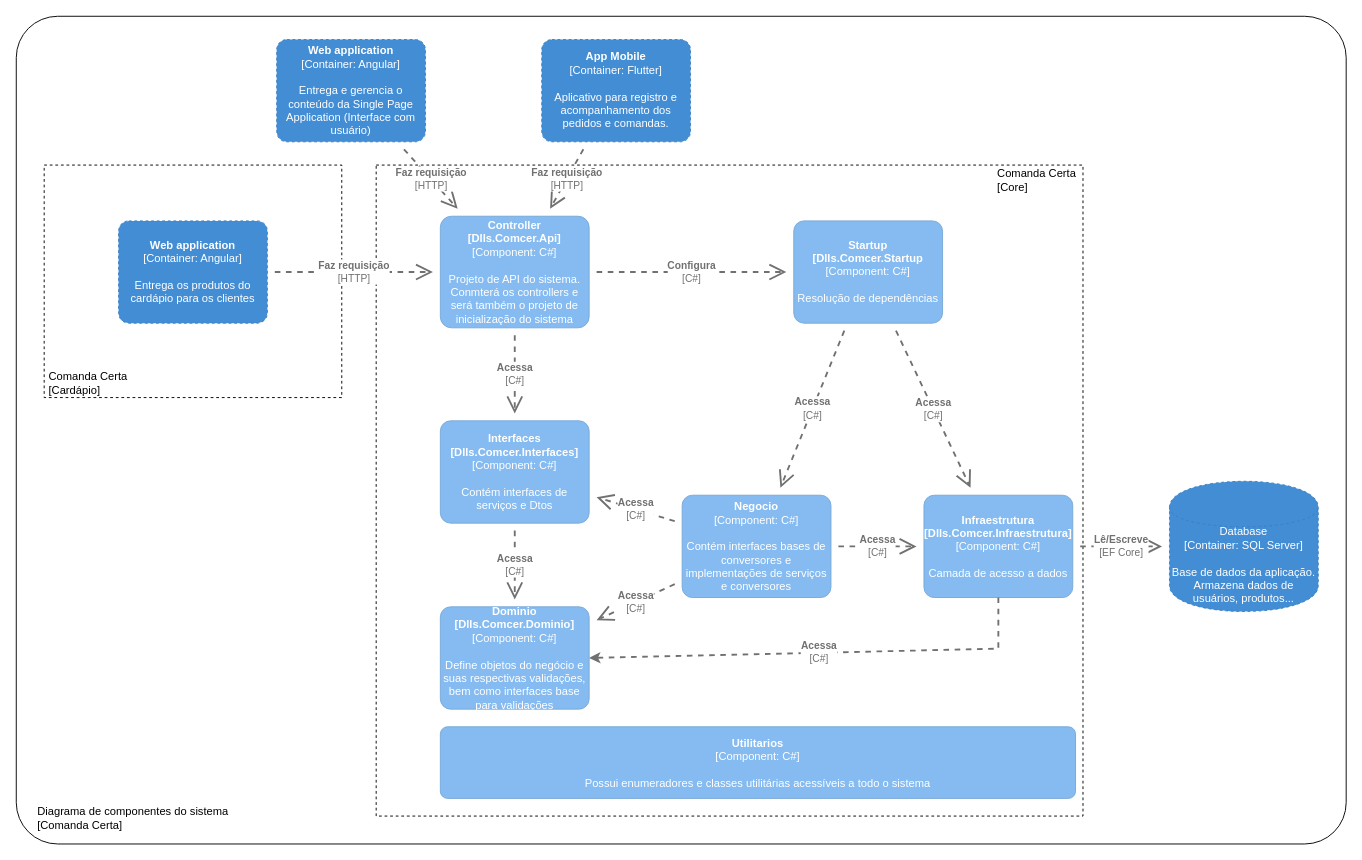
Earlier version of the draw.io diagram page "Nível 3 - Diagrama de componentes [API]" (3 of 5) of 3. Desenvolvimento/2. Análise e Design/GP - Arquitetura C4.drawio (DLL-S/comcer-projeto). Source tidied: cells renumbered, new cells numbered last; positions are measured from the earlier drawing's top-left corner, leaving out a move shared by most shapes. Both pictures are drawn from the tidied source at 93%, with x=0, y=0 at pixel (16, 16).
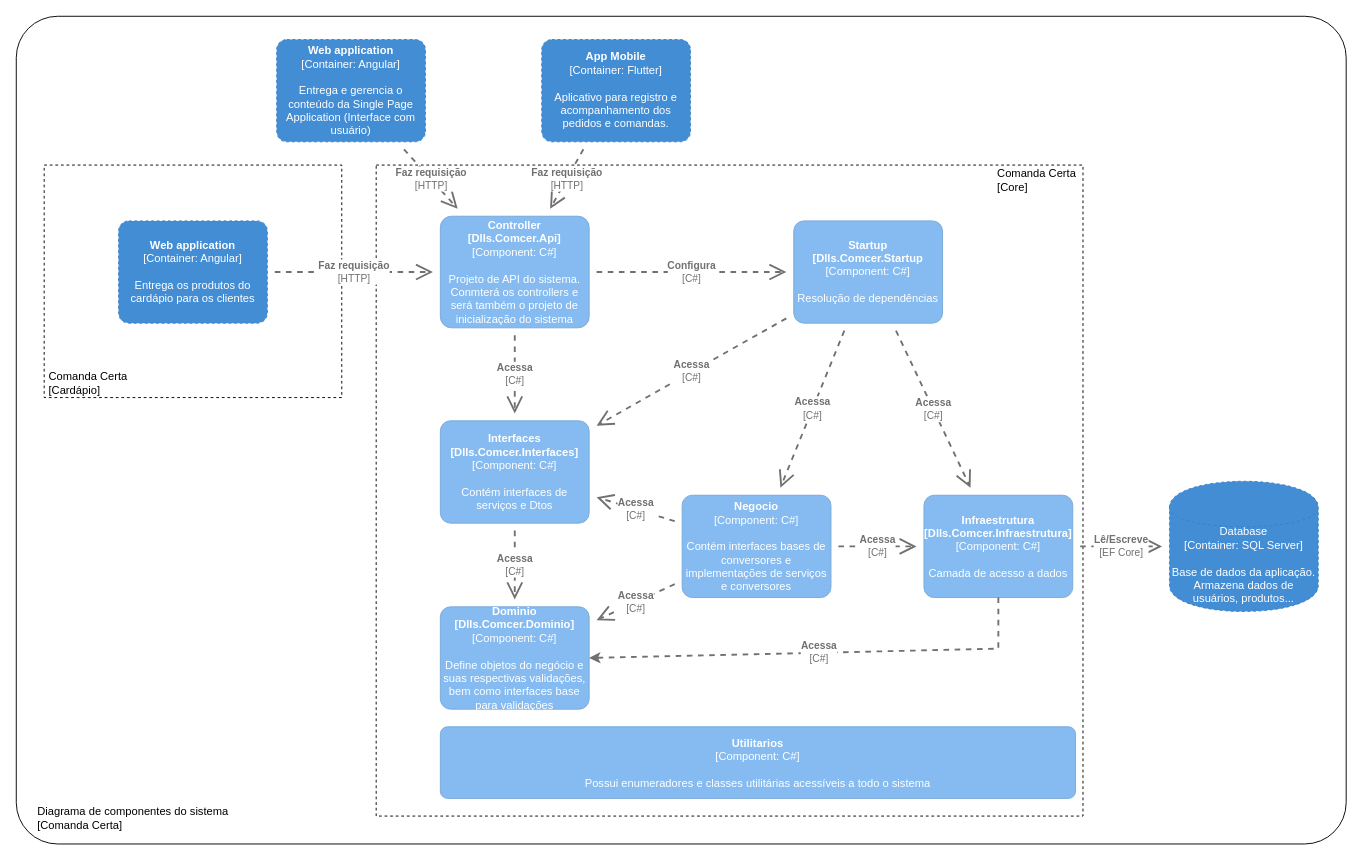
After the change.

Unchanged cells that the change refers to:
```xml
<object id="10" label="&lt;b&gt;%c4Name%&lt;/b&gt;&lt;div&gt;[%c4Type%: %c4Technology%]&lt;/div&gt;&lt;br&gt;&lt;div&gt;%c4Description%&lt;/div&gt;" c4Description="Contém interfaces de serviços e Dtos" c4Name="Interfaces&#10;[Dlls.Comcer.Interfaces]" c4Technology="C#" c4Type="Component" placeholders="1">
  <mxCell style="rounded=1;whiteSpace=wrap;html=1;labelBackgroundColor=none;fillColor=#85BBF0;fontColor=#ffffff;align=center;arcSize=10;strokeColor=#78A8D8;metaData={&quot;c4Type&quot;:{&quot;editable&quot;:false}};points=[[0.25,0,0],[0.5,0,0],[0.75,0,0],[1,0.25,0],[1,0.5,0],[1,0.75,0],[0.75,1,0],[0.5,1,0],[0.25,1,0],[0,0.75,0],[0,0.5,0],[0,0.25,0]];hachureGap=4;comic=0;" parent="1" vertex="1">
    <mxGeometry x="456" y="435" width="160" height="110" as="geometry" />
  </mxCell>
</object>
<object id="13" label="&lt;b&gt;%c4Name%&lt;/b&gt;&lt;div&gt;[%c4Type%: %c4Technology%]&lt;/div&gt;&lt;br&gt;&lt;div&gt;%c4Description%&lt;/div&gt;" c4Description="Resolução de dependências" c4Name="Startup&#10;[Dlls.Comcer.Startup" c4Technology="C#" c4Type="Component" placeholders="1">
  <mxCell style="rounded=1;whiteSpace=wrap;html=1;labelBackgroundColor=none;fillColor=#85BBF0;fontColor=#ffffff;align=center;arcSize=10;strokeColor=#78A8D8;metaData={&quot;c4Type&quot;:{&quot;editable&quot;:false}};points=[[0.25,0,0],[0.5,0,0],[0.75,0,0],[1,0.25,0],[1,0.5,0],[1,0.75,0],[0.75,1,0],[0.5,1,0],[0.25,1,0],[0,0.75,0],[0,0.5,0],[0,0.25,0]];hachureGap=4;comic=0;" parent="1" vertex="1">
    <mxGeometry x="836" y="220" width="160" height="110" as="geometry" />
  </mxCell>
</object>
```

What changed in the source:
```diff
@@
+    <object id="31" label="&lt;div style=&quot;text-align: left&quot;&gt;&lt;div style=&quot;text-align: center&quot;&gt;&lt;b&gt;%c4Description%&lt;/b&gt;&lt;/div&gt;&lt;div style=&quot;text-align: center&quot;&gt;[%c4Technology%]&lt;/div&gt;&lt;/div&gt;" c4Description="Acessa" c4Technology="C#" placeholders="1">
+      <mxCell style="edgeStyle=none;rounded=0;html=1;jettySize=auto;strokeColor=#707070;strokeWidth=2;fontColor=#707070;jumpStyle=none;dashed=1;metaData={&quot;c4Type&quot;:{&quot;editable&quot;:false}};endArrow=open;startSize=14;endSize=14;sourcePerimeterSpacing=8;targetPerimeterSpacing=8;" parent="1" edge="1" source="13" target="10">
+        <mxGeometry relative="1" as="geometry" />
+      </mxCell>
+    </object>
```
